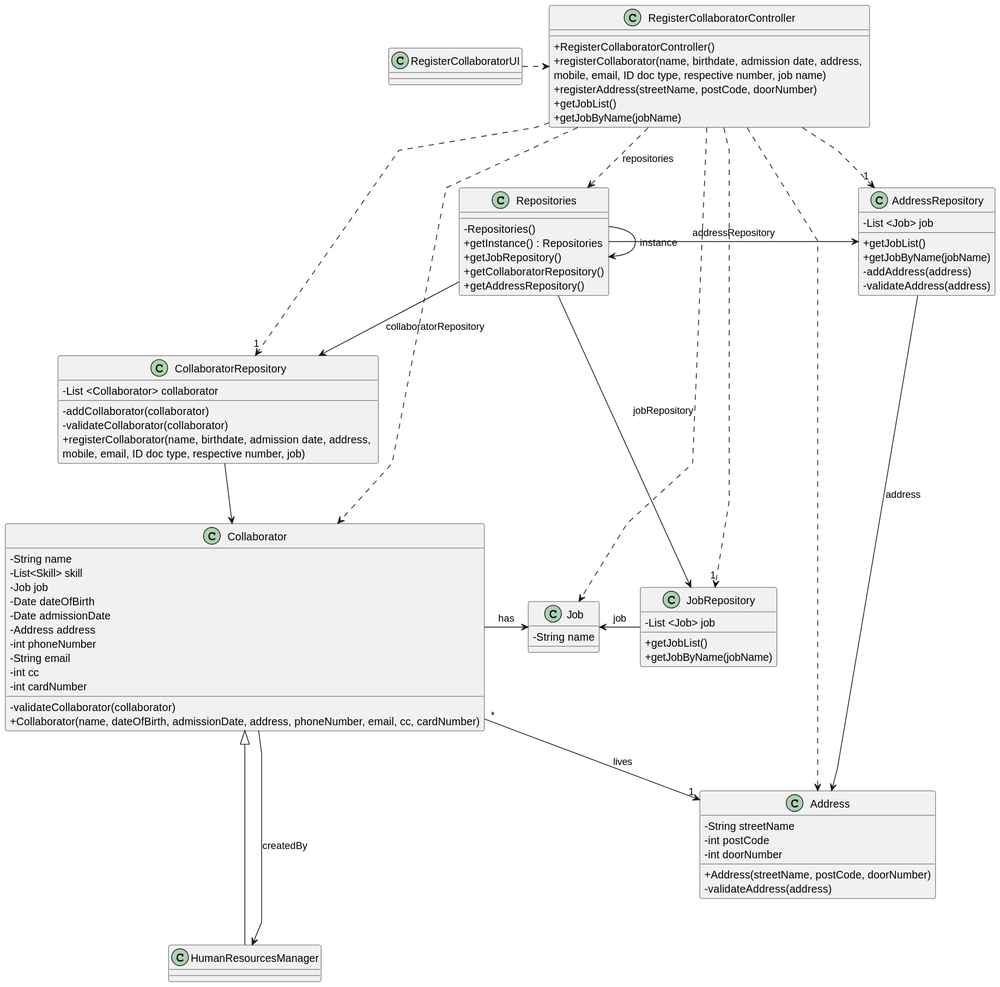
Departamento-de-Engenharia-Informatica/lei-24-s2-1db-g022 keeps this PlantUML diagram as docs/sprint2/us03/03.design/svg/us03-class-diagram.svg. Above is the earlier version.
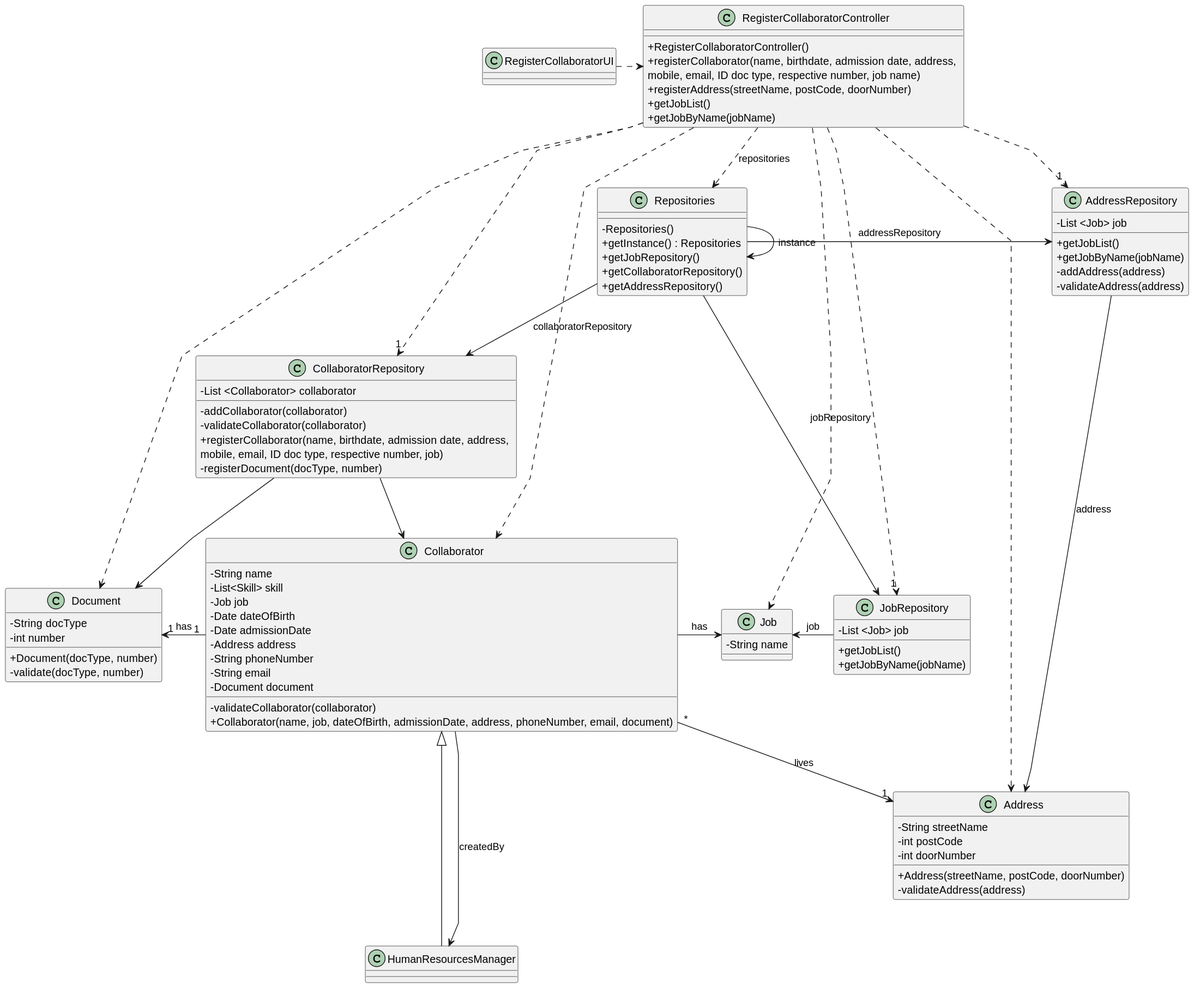
After the change.

Change to the diagram source:
```diff
@@ -26,13 +26,12 @@
     -Date dateOfBirth
     -Date admissionDate
     -Address address
-    -int phoneNumber
+    -String phoneNumber
     -String email
-    -int cc
-    -int cardNumber
+    -Document document
 
     - validateCollaborator(collaborator)
-    + Collaborator(name, dateOfBirth, admissionDate, address, phoneNumber, email, cc, cardNumber)
+    + Collaborator(name, job, dateOfBirth, admissionDate, address, phoneNumber, email, document)
 }
 
 class Address {
@@ -78,10 +77,19 @@
     - addCollaborator(collaborator)
     - validateCollaborator(collaborator)
     + registerCollaborator(name, birthdate, admission date, address, \nmobile, email, ID doc type, respective number, job)
+    - registerDocument(docType, number)
 }
 
 class Job {
     -String name
+}
+
+class Document {
+    -String docType
+    -int number
+
+    +Document(docType, number)
+    -validate(docType, number)
 }
 
 Collaborator  <|---  HumanResourcesManager
@@ -97,6 +105,7 @@
 RegisterCollaboratorController ..> Collaborator
 RegisterCollaboratorController ..> Job
 RegisterCollaboratorController ..> Address
+RegisterCollaboratorController ..> Document
 
 RegisterCollaboratorUI .> RegisterCollaboratorController
 
@@ -106,8 +115,11 @@
 Repositories --> CollaboratorRepository : collaboratorRepository
 
 CollaboratorRepository --> Collaborator
+CollaboratorRepository --> Document
 
 Job <- JobRepository : job
 
 AddressRepository -> Address : address
+
+Document "1" <- "1" Collaborator : has
 @enduml
```
